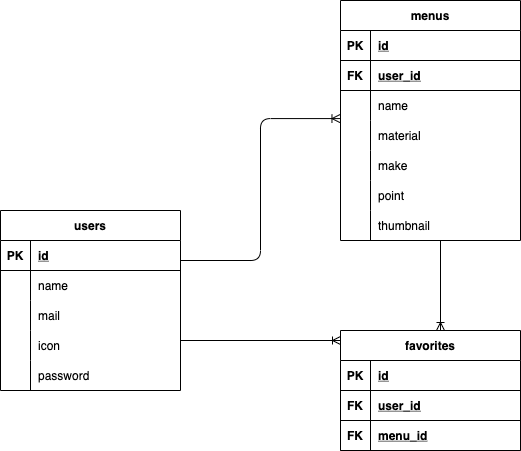
The draw.io diagram ER.drawio.png in Oba-eng/-curry_web, before a commit. Source tidied: cells renumbered, new cells last; positions are measured from the earlier drawing's top-left corner, leaving out a move shared by most shapes.
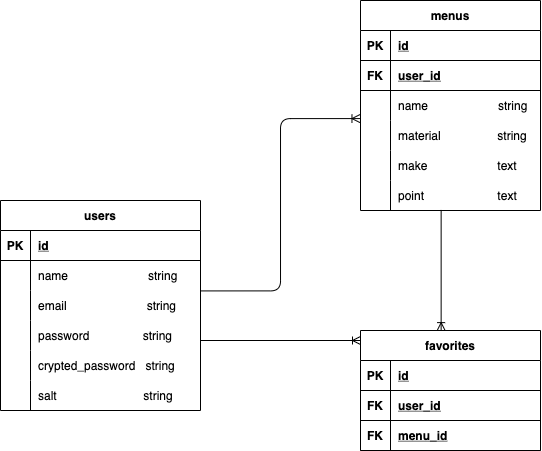
Above is the later version.

Commit message:
差し戻し データ型・カラム追加

Diff of the diagram source:
```diff
@@ -3,55 +3,64 @@
     <mxCell id="0" />
     <mxCell id="1" parent="0" />
     <mxCell id="2" value="users" style="shape=table;startSize=30;rowLines=0;fontStyle=1;align=center;" parent="1" vertex="1">
-      <mxGeometry y="210" width="180" height="180" as="geometry" />
+      <mxGeometry x="-20" y="200" width="200" height="210" as="geometry" />
     </mxCell>
     <mxCell id="3" style="shape=tableRow;horizontal=0;startSize=0;swimlaneHead=0;swimlaneBody=0;fillColor=none;top=0;left=0;right=0;bottom=1;" parent="2" vertex="1">
-      <mxGeometry y="30" width="180" height="30" as="geometry" />
+      <mxGeometry y="30" width="200" height="30" as="geometry" />
     </mxCell>
     <mxCell id="4" value="PK" style="shape=partialRectangle;fillColor=none;top=0;left=0;bottom=0;right=0;fontStyle=1;overflow=hidden;" parent="3" vertex="1">
       <mxGeometry width="30" height="30" as="geometry" />
     </mxCell>
     <mxCell id="5" value="id" style="shape=partialRectangle;fillColor=none;top=0;left=0;bottom=0;right=0;align=left;spacingLeft=6;fontStyle=5;overflow=hidden;" parent="3" vertex="1">
-      <mxGeometry x="30" width="150" height="30" as="geometry" />
+      <mxGeometry x="30" width="170" height="30" as="geometry" />
     </mxCell>
     <mxCell id="6" style="shape=tableRow;horizontal=0;startSize=0;swimlaneHead=0;swimlaneBody=0;fillColor=none;top=0;left=0;right=0;bottom=0;" parent="2" vertex="1">
-      <mxGeometry y="60" width="180" height="30" as="geometry" />
+      <mxGeometry y="60" width="200" height="30" as="geometry" />
     </mxCell>
     <mxCell id="7" style="shape=partialRectangle;fillColor=none;top=0;left=0;bottom=0;right=0;overflow=hidden;" parent="6" vertex="1">
       <mxGeometry width="30" height="30" as="geometry" />
     </mxCell>
-    <mxCell id="8" value="name" style="shape=partialRectangle;fillColor=none;top=0;left=0;bottom=0;right=0;align=left;spacingLeft=6;overflow=hidden;" parent="6" vertex="1">
-      <mxGeometry x="30" width="150" height="30" as="geometry" />
+    <mxCell id="8" value="name                        string    " style="shape=partialRectangle;fillColor=none;top=0;left=0;bottom=0;right=0;align=left;spacingLeft=6;overflow=hidden;" parent="6" vertex="1">
+      <mxGeometry x="30" width="170" height="30" as="geometry" />
     </mxCell>
     <mxCell id="9" style="shape=tableRow;horizontal=0;startSize=0;swimlaneHead=0;swimlaneBody=0;fillColor=none;points=[[0,0.5],[1,0.5]];portConstraint=eastwest;top=0;left=0;right=0;bottom=0;" parent="2" vertex="1">
-      <mxGeometry y="90" width="180" height="30" as="geometry" />
+      <mxGeometry y="90" width="200" height="30" as="geometry" />
     </mxCell>
     <mxCell id="10" style="shape=partialRectangle;fillColor=none;top=0;left=0;bottom=0;right=0;overflow=hidden;" parent="9" vertex="1">
       <mxGeometry width="30" height="30" as="geometry" />
     </mxCell>
-    <mxCell id="11" value="mail" style="shape=partialRectangle;fillColor=none;top=0;left=0;bottom=0;right=0;align=left;spacingLeft=6;overflow=hidden;" parent="9" vertex="1">
-      <mxGeometry x="30" width="150" height="30" as="geometry" />
+    <mxCell id="11" value="email                        string" style="shape=partialRectangle;fillColor=none;top=0;left=0;bottom=0;right=0;align=left;spacingLeft=6;overflow=hidden;" parent="9" vertex="1">
+      <mxGeometry x="30" width="170" height="30" as="geometry" />
     </mxCell>
-    <mxCell id="12" style="shape=tableRow;horizontal=0;startSize=0;swimlaneHead=0;swimlaneBody=0;fillColor=none;top=0;left=0;right=0;bottom=0;" parent="2" vertex="1">
-      <mxGeometry y="120" width="180" height="30" as="geometry" />
-    </mxCell>
-    <mxCell id="13" style="shape=partialRectangle;fillColor=none;top=0;left=0;bottom=0;right=0;overflow=hidden;" parent="12" vertex="1">
-      <mxGeometry width="30" height="30" as="geometry" />
-    </mxCell>
-    <mxCell id="14" value="icon" style="shape=partialRectangle;fillColor=none;top=0;left=0;bottom=0;right=0;align=left;spacingLeft=6;overflow=hidden;" parent="12" vertex="1">
-      <mxGeometry x="30" width="150" height="30" as="geometry" />
-    </mxCell>
     <mxCell id="15" style="shape=tableRow;horizontal=0;startSize=0;swimlaneHead=0;swimlaneBody=0;fillColor=none;top=0;left=0;right=0;bottom=0;" parent="2" vertex="1">
-      <mxGeometry y="150" width="180" height="30" as="geometry" />
+      <mxGeometry y="120" width="200" height="30" as="geometry" />
     </mxCell>
     <mxCell id="16" style="shape=partialRectangle;fillColor=none;top=0;left=0;bottom=0;right=0;overflow=hidden;" parent="15" vertex="1">
       <mxGeometry width="30" height="30" as="geometry" />
     </mxCell>
-    <mxCell id="17" value="password" style="shape=partialRectangle;fillColor=none;top=0;left=0;bottom=0;right=0;align=left;spacingLeft=6;overflow=hidden;" parent="15" vertex="1">
-      <mxGeometry x="30" width="150" height="30" as="geometry" />
+    <mxCell id="17" value="password                string" style="shape=partialRectangle;fillColor=none;top=0;left=0;bottom=0;right=0;align=left;spacingLeft=6;overflow=hidden;" parent="15" vertex="1">
+      <mxGeometry x="30" width="170" height="30" as="geometry" />
     </mxCell>
+    <mxCell id="53" style="shape=tableRow;horizontal=0;startSize=0;swimlaneHead=0;swimlaneBody=0;fillColor=none;top=0;left=0;right=0;bottom=0;" parent="2" vertex="1">
+      <mxGeometry y="150" width="200" height="30" as="geometry" />
+    </mxCell>
+    <mxCell id="54" style="shape=partialRectangle;fillColor=none;top=0;left=0;bottom=0;right=0;overflow=hidden;" parent="53" vertex="1">
+      <mxGeometry width="30" height="30" as="geometry" />
+    </mxCell>
+    <mxCell id="55" value="crypted_password   string" style="shape=partialRectangle;fillColor=none;top=0;left=0;bottom=0;right=0;align=left;spacingLeft=6;overflow=hidden;" parent="53" vertex="1">
+      <mxGeometry x="30" width="170" height="30" as="geometry" />
+    </mxCell>
+    <mxCell id="56" style="shape=tableRow;horizontal=0;startSize=0;swimlaneHead=0;swimlaneBody=0;fillColor=none;top=0;left=0;right=0;bottom=0;" parent="2" vertex="1">
+      <mxGeometry y="180" width="200" height="30" as="geometry" />
+    </mxCell>
+    <mxCell id="57" style="shape=partialRectangle;fillColor=none;top=0;left=0;bottom=0;right=0;overflow=hidden;" parent="56" vertex="1">
+      <mxGeometry width="30" height="30" as="geometry" />
+    </mxCell>
+    <mxCell id="58" value="salt                          string" style="shape=partialRectangle;fillColor=none;top=0;left=0;bottom=0;right=0;align=left;spacingLeft=6;overflow=hidden;" parent="56" vertex="1">
+      <mxGeometry x="30" width="170" height="30" as="geometry" />
+    </mxCell>
     <mxCell id="18" value="menus" style="shape=table;startSize=30;rowLines=0;fontStyle=1;align=center;" parent="1" vertex="1">
-      <mxGeometry x="340" width="180" height="240" as="geometry" />
+      <mxGeometry x="340" width="180" height="210" as="geometry" />
     </mxCell>
     <mxCell id="19" style="shape=tableRow;horizontal=0;startSize=0;swimlaneHead=0;swimlaneBody=0;fillColor=none;top=0;left=0;right=0;bottom=1;" parent="18" vertex="1">
       <mxGeometry y="30" width="180" height="30" as="geometry" />
@@ -77,7 +86,7 @@
     <mxCell id="26" style="shape=partialRectangle;fillColor=none;top=0;left=0;bottom=0;right=0;overflow=hidden;" parent="25" vertex="1">
       <mxGeometry width="30" height="30" as="geometry" />
     </mxCell>
-    <mxCell id="27" value="name" style="shape=partialRectangle;fillColor=none;top=0;left=0;bottom=0;right=0;align=left;spacingLeft=6;overflow=hidden;" parent="25" vertex="1">
+    <mxCell id="27" value="name                     string" style="shape=partialRectangle;fillColor=none;top=0;left=0;bottom=0;right=0;align=left;spacingLeft=6;overflow=hidden;" parent="25" vertex="1">
       <mxGeometry x="30" width="150" height="30" as="geometry" />
     </mxCell>
     <mxCell id="28" style="shape=tableRow;horizontal=0;startSize=0;swimlaneHead=0;swimlaneBody=0;fillColor=none;top=0;left=0;right=0;bottom=0;" parent="18" vertex="1">
@@ -86,7 +95,7 @@
     <mxCell id="29" style="shape=partialRectangle;fillColor=none;top=0;left=0;bottom=0;right=0;overflow=hidden;" parent="28" vertex="1">
       <mxGeometry width="30" height="30" as="geometry" />
     </mxCell>
-    <mxCell id="30" value="material" style="shape=partialRectangle;fillColor=none;top=0;left=0;bottom=0;right=0;align=left;spacingLeft=6;overflow=hidden;" parent="28" vertex="1">
+    <mxCell id="30" value="material                 string" style="shape=partialRectangle;fillColor=none;top=0;left=0;bottom=0;right=0;align=left;spacingLeft=6;overflow=hidden;" parent="28" vertex="1">
       <mxGeometry x="30" width="150" height="30" as="geometry" />
     </mxCell>
     <mxCell id="31" style="shape=tableRow;horizontal=0;startSize=0;swimlaneHead=0;swimlaneBody=0;fillColor=none;top=0;left=0;right=0;bottom=0;" parent="18" vertex="1">
@@ -95,7 +104,7 @@
     <mxCell id="32" style="shape=partialRectangle;fillColor=none;top=0;left=0;bottom=0;right=0;overflow=hidden;" parent="31" vertex="1">
       <mxGeometry width="30" height="30" as="geometry" />
     </mxCell>
-    <mxCell id="33" value="make" style="shape=partialRectangle;fillColor=none;top=0;left=0;bottom=0;right=0;align=left;spacingLeft=6;overflow=hidden;" parent="31" vertex="1">
+    <mxCell id="33" value="make                     text" style="shape=partialRectangle;fillColor=none;top=0;left=0;bottom=0;right=0;align=left;spacingLeft=6;overflow=hidden;" parent="31" vertex="1">
       <mxGeometry x="30" width="150" height="30" as="geometry" />
     </mxCell>
     <mxCell id="34" style="shape=tableRow;horizontal=0;startSize=0;swimlaneHead=0;swimlaneBody=0;fillColor=none;points=[[0,0.5],[1,0.5]];portConstraint=eastwest;top=0;left=0;right=0;bottom=0;" parent="18" vertex="1">
@@ -104,18 +113,9 @@
     <mxCell id="35" style="shape=partialRectangle;fillColor=none;top=0;left=0;bottom=0;right=0;overflow=hidden;" parent="34" vertex="1">
       <mxGeometry width="30" height="30" as="geometry" />
     </mxCell>
-    <mxCell id="36" value="point" style="shape=partialRectangle;fillColor=none;top=0;left=0;bottom=0;right=0;align=left;spacingLeft=6;overflow=hidden;" parent="34" vertex="1">
+    <mxCell id="36" value="point                      text" style="shape=partialRectangle;fillColor=none;top=0;left=0;bottom=0;right=0;align=left;spacingLeft=6;overflow=hidden;" parent="34" vertex="1">
       <mxGeometry x="30" width="150" height="30" as="geometry" />
     </mxCell>
-    <mxCell id="37" style="shape=tableRow;horizontal=0;startSize=0;swimlaneHead=0;swimlaneBody=0;fillColor=none;top=0;left=0;right=0;bottom=0;" parent="18" vertex="1">
-      <mxGeometry y="210" width="180" height="30" as="geometry" />
-    </mxCell>
-    <mxCell id="38" style="shape=partialRectangle;fillColor=none;top=0;left=0;bottom=0;right=0;overflow=hidden;" parent="37" vertex="1">
-      <mxGeometry width="30" height="30" as="geometry" />
-    </mxCell>
-    <mxCell id="39" value="thumbnail" style="shape=partialRectangle;fillColor=none;top=0;left=0;bottom=0;right=0;align=left;spacingLeft=6;overflow=hidden;" parent="37" vertex="1">
-      <mxGeometry x="30" width="150" height="30" as="geometry" />
-    </mxCell>
     <mxCell id="40" value="favorites" style="shape=table;startSize=30;rowLines=0;fontStyle=1;align=center;" parent="1" vertex="1">
       <mxGeometry x="340" y="330" width="180" height="120" as="geometry" />
     </mxCell>
@@ -146,11 +146,10 @@
     <mxCell id="49" value="menu_id" style="shape=partialRectangle;fillColor=none;top=0;left=0;bottom=0;right=0;align=left;spacingLeft=6;fontStyle=5;overflow=hidden;" parent="47" vertex="1">
       <mxGeometry x="30" width="150" height="30" as="geometry" />
     </mxCell>
-    <mxCell id="50" style="edgeStyle=orthogonalEdgeStyle;fontSize=12;html=1;endArrow=ERoneToMany;entryX=-0.003;entryY=0.936;entryDx=0;entryDy=0;entryPerimeter=0;" parent="1" edge="1" target="25">
+    <mxCell id="50" style="edgeStyle=orthogonalEdgeStyle;fontSize=12;html=1;endArrow=ERoneToMany;entryX=-0.003;entryY=0.936;entryDx=0;entryDy=0;entryPerimeter=0;exitX=1;exitY=0.014;exitDx=0;exitDy=0;exitPerimeter=0;" parent="1" edge="1" source="9" target="25">
       <mxGeometry relative="1" as="geometry">
-        <mxPoint x="180" y="260" as="sourcePoint" />
         <Array as="points">
-          <mxPoint x="260" y="260" />
+          <mxPoint x="260" y="290" />
           <mxPoint x="260" y="118" />
         </Array>
       </mxGeometry>
@@ -161,11 +160,8 @@
         <mxPoint x="340" y="340" as="targetPoint" />
       </mxGeometry>
     </mxCell>
-    <mxCell id="52" style="fontSize=12;html=1;endArrow=ERoneToMany;" parent="1" edge="1">
-      <mxGeometry relative="1" as="geometry">
-        <mxPoint x="440" y="240" as="sourcePoint" />
-        <mxPoint x="440" y="330" as="targetPoint" />
-      </mxGeometry>
+    <mxCell id="52" style="fontSize=12;html=1;endArrow=ERoneToMany;exitX=0.448;exitY=0.982;exitDx=0;exitDy=0;exitPerimeter=0;entryX=0.448;entryY=0.001;entryDx=0;entryDy=0;entryPerimeter=0;" parent="1" edge="1" source="34" target="40">
+      <mxGeometry relative="1" as="geometry" />
     </mxCell>
   </root>
 </mxGraphModel>
```
